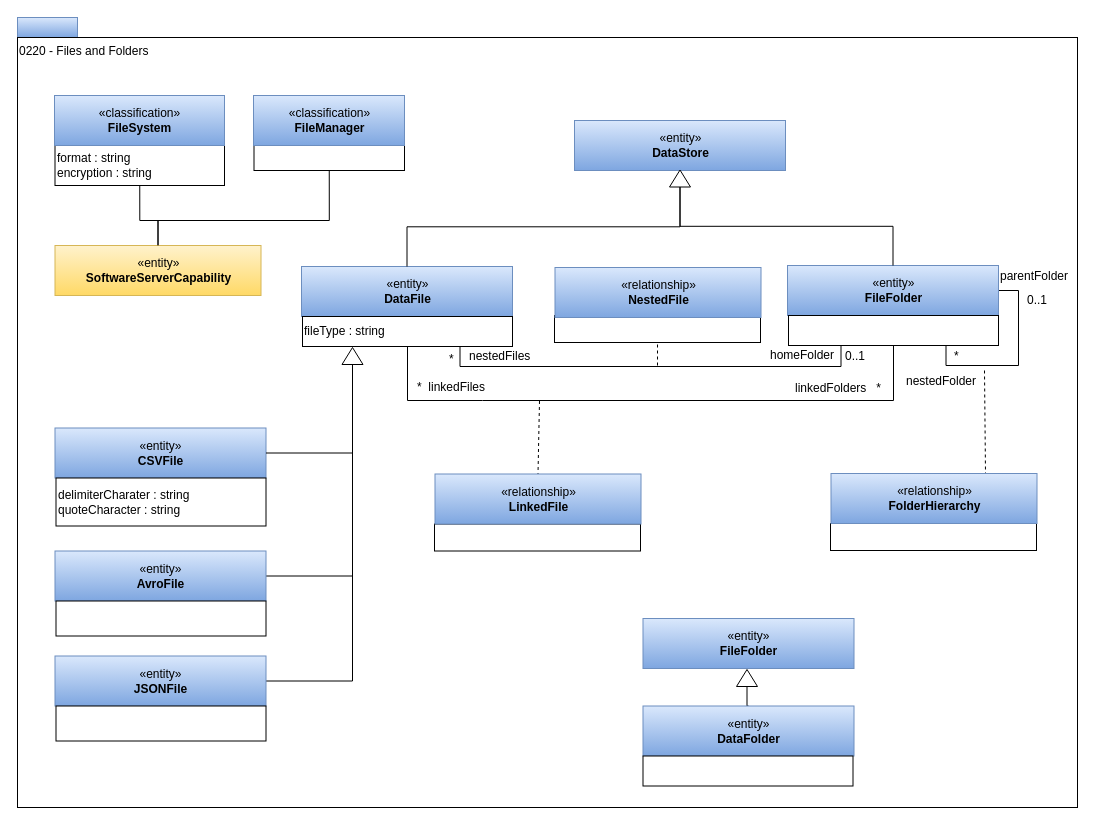
Before: page "0220-Files-and-Folders" (8 of 21) of open-metadata-publication/website/open-metadata-types/area-2-assets.drawio in odpi/egeria, a draw.io diagram. Source tidied: cells renumbered, new cells numbered last; positions are measured from the earlier drawing's top-left corner, leaving out a move shared by most shapes. Both pictures are drawn from the tidied source at 100%, with x=0, y=0 at pixel (17, 17).
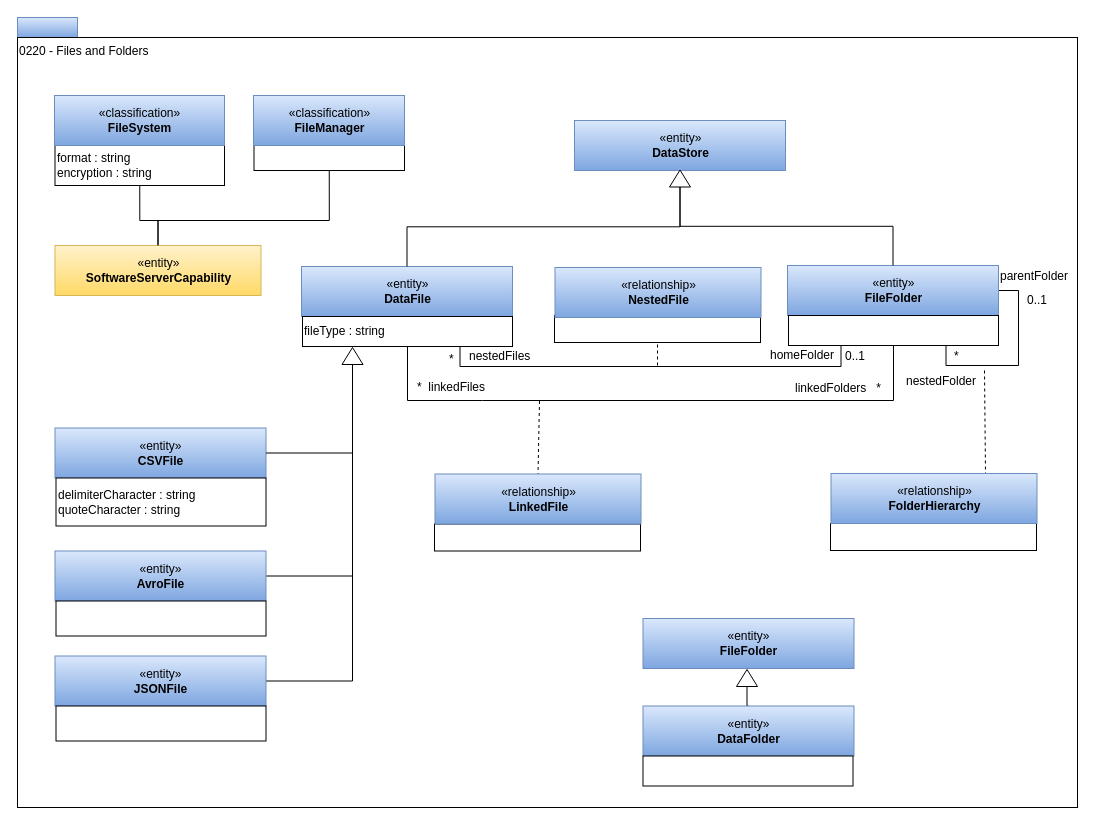
After the change.

The edit, as a diff of the source:
```diff
@@
-    <mxCell id="20" value="delimiterCharater : string&lt;br&gt;quoteCharacter : string&lt;br&gt;" style="rounded=0;whiteSpace=wrap;html=1;strokeColor=#000000;gradientColor=#ffffff;align=left;" parent="1" vertex="1">
+    <mxCell id="20" value="delimiterCharacter : string&lt;br&gt;quoteCharacter : string" style="rounded=0;whiteSpace=wrap;html=1;strokeColor=#000000;gradientColor=#ffffff;align=left;" parent="1" vertex="1">
       <mxGeometry x="38.5" y="460.5" width="210" height="48" as="geometry" />
     </mxCell>
```
